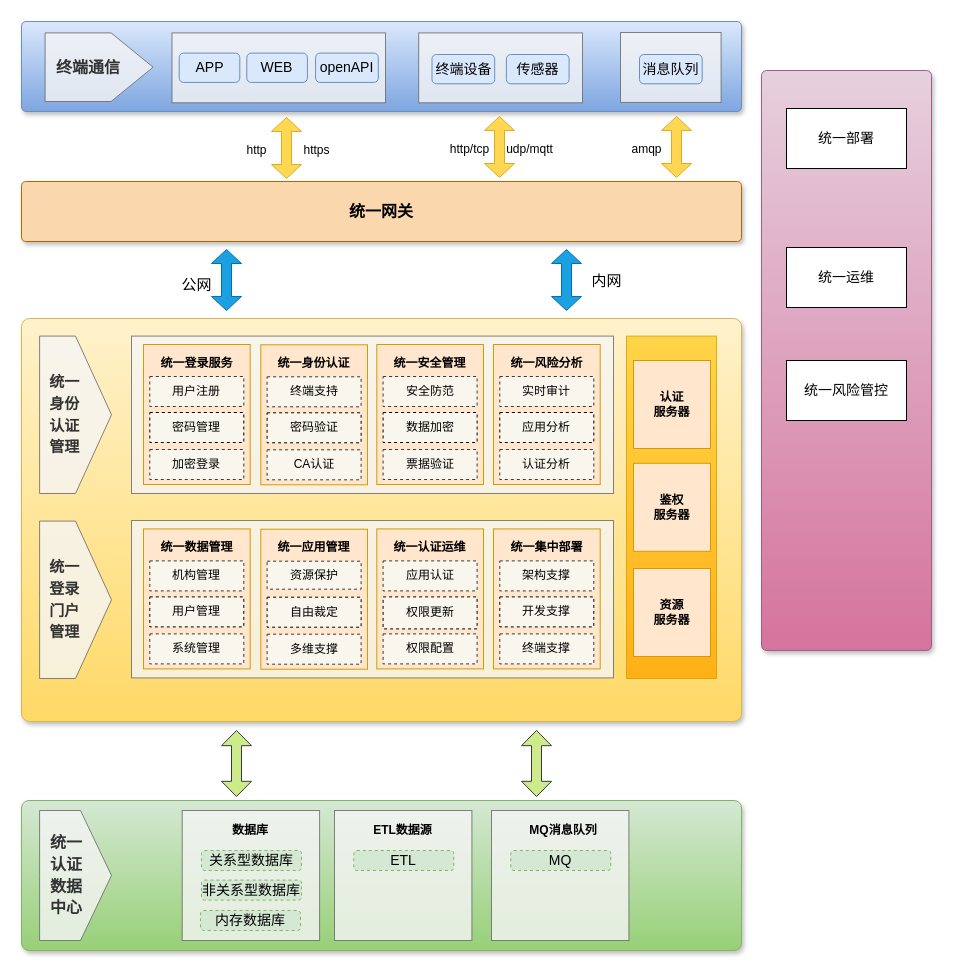
Earlier version of the draw.io diagram 东庄信息化项目-统一权限管理.drawio (sun-beijixing/drawio). Source tidied: cells renumbered, new cells numbered last; positions are measured from the earlier drawing's top-left corner, leaving out a move shared by most shapes. Both pictures are drawn from the tidied source at 100%, with x=0, y=0 at pixel (21, 21).
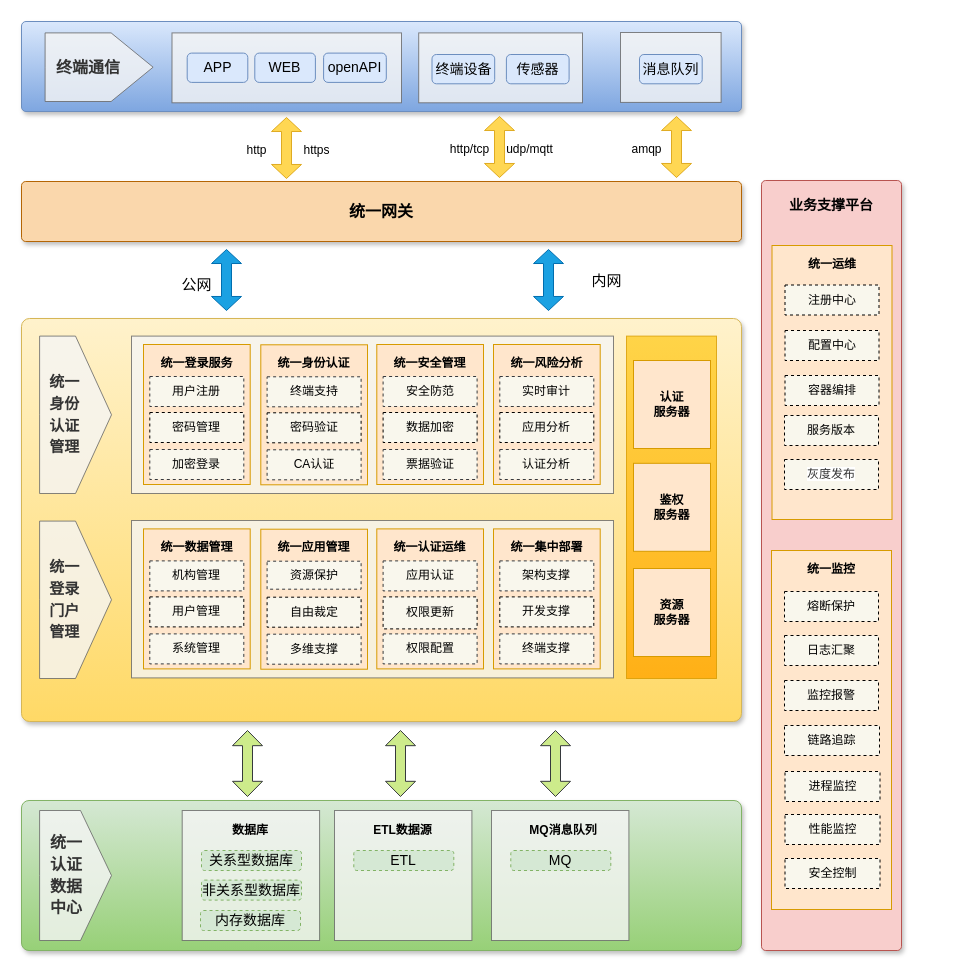
After the change.

Commit message (it also covers changes not shown here):
更新东庄信息化项目-统一权限管理.drawio

Unchanged cells that the change refers to:
```xml
<mxCell id="2" style="text;html=1;strokeColor=#6c8ebf;fillColor=#dae8fc;align=center;verticalAlign=middle;whiteSpace=wrap;fontSize=54;fontStyle=1;shadow=1;rounded=1;glass=0;sketch=0;arcSize=5;gradientColor=#7ea6e0;" parent="1" vertex="1">
  <mxGeometry width="720" height="90" as="geometry" />
</mxCell>
```

Diff of the diagram source:
```diff
@@
-    <mxCell id="4" style="group;" parent="2" vertex="1">
-      <mxGeometry x="150.5" y="11.4" width="213.5" height="69.9" as="geometry" />
-    </mxCell>
-    <mxCell id="5" style="rounded=0;whiteSpace=wrap;html=1;shadow=0;glass=0;sketch=0;fontSize=20;fillColor=#f5f5f5;fontColor=#333333;strokeColor=#666666;opacity=80;" parent="4" vertex="1">
-      <mxGeometry width="213.5" height="69.9" as="geometry" />
-    </mxCell>
-    <mxCell id="6" value="&lt;font style=&quot;font-size: 14px;&quot;&gt;APP&lt;/font&gt;" style="rounded=1;whiteSpace=wrap;html=1;shadow=0;glass=0;sketch=0;fillColor=#dae8fc;strokeColor=#6c8ebf;gradientColor=none;" parent="4" vertex="1">
-      <mxGeometry x="7.2" y="20.2" width="60.6" height="29.3" as="geometry" />
-    </mxCell>
-    <mxCell id="7" value="&lt;font style=&quot;font-size: 14px;&quot;&gt;WEB&lt;/font&gt;" style="rounded=1;whiteSpace=wrap;html=1;shadow=0;glass=0;sketch=0;fillColor=#dae8fc;strokeColor=#6c8ebf;gradientColor=none;" parent="4" vertex="1">
-      <mxGeometry x="74.8" y="20.2" width="60.6" height="29.3" as="geometry" />
-    </mxCell>
-    <mxCell id="8" value="&lt;span style=&quot;font-size: 14px;&quot;&gt;openAPI&lt;/span&gt;" style="rounded=1;whiteSpace=wrap;html=1;shadow=0;glass=0;sketch=0;fillColor=#dae8fc;strokeColor=#6c8ebf;gradientColor=none;" parent="4" vertex="1">
-      <mxGeometry x="143.6" y="20.2" width="62.7" height="29.3" as="geometry" />
-    </mxCell>
@@
+    <mxCell id="5" style="rounded=0;whiteSpace=wrap;html=1;shadow=0;glass=0;sketch=0;fontSize=20;fillColor=#f5f5f5;fontColor=#333333;strokeColor=#666666;opacity=80;" parent="2" vertex="1">
+      <mxGeometry x="150.5" y="11.4" width="229.5" height="69.9" as="geometry" />
+    </mxCell>
+    <mxCell id="6" value="&lt;font style=&quot;font-size: 14px;&quot;&gt;APP&lt;/font&gt;" style="rounded=1;whiteSpace=wrap;html=1;shadow=0;glass=0;sketch=0;fillColor=#dae8fc;strokeColor=#6c8ebf;gradientColor=none;" parent="2" vertex="1">
+      <mxGeometry x="165.7" y="31.6" width="60.6" height="29.3" as="geometry" />
+    </mxCell>
+    <mxCell id="7" value="&lt;font style=&quot;font-size: 14px;&quot;&gt;WEB&lt;/font&gt;" style="rounded=1;whiteSpace=wrap;html=1;shadow=0;glass=0;sketch=0;fillColor=#dae8fc;strokeColor=#6c8ebf;gradientColor=none;" parent="2" vertex="1">
+      <mxGeometry x="233.3" y="31.6" width="60.6" height="29.3" as="geometry" />
+    </mxCell>
+    <mxCell id="8" value="&lt;span style=&quot;font-size: 14px;&quot;&gt;openAPI&lt;/span&gt;" style="rounded=1;whiteSpace=wrap;html=1;shadow=0;glass=0;sketch=0;fillColor=#dae8fc;strokeColor=#6c8ebf;gradientColor=none;" parent="2" vertex="1">
+      <mxGeometry x="302.1" y="31.6" width="62.7" height="29.3" as="geometry" />
+    </mxCell>
@@
     <mxCell id="88" style="shape=doubleArrow;direction=south;whiteSpace=wrap;html=1;fontSize=18;arrowWidth=0.3333333333333333;arrowSize=0.23;fillColor=#cdeb8b;strokeColor=#36393d;" parent="1" vertex="1">
-      <mxGeometry x="200" y="709" width="30" height="66" as="geometry" />
+      <mxGeometry x="211" y="709" width="30" height="66" as="geometry" />
     </mxCell>
     <mxCell id="89" style="shape=doubleArrow;direction=south;whiteSpace=wrap;html=1;fontSize=18;arrowWidth=0.3333333333333333;arrowSize=0.23;fillColor=#cdeb8b;strokeColor=#36393d;" parent="1" vertex="1">
-      <mxGeometry x="500" y="709" width="30" height="66" as="geometry" />
+      <mxGeometry x="519" y="709" width="30" height="66" as="geometry" />
     </mxCell>
-    <mxCell id="90" style="rounded=1;whiteSpace=wrap;html=1;fontSize=14;arcSize=3;fillColor=#e6d0de;strokeColor=#996185;gradientColor=#d5739d;shadow=1;" parent="1" vertex="1">
-      <mxGeometry x="740" y="49" width="170" height="580" as="geometry" />
+    <mxCell id="90" style="rounded=1;whiteSpace=wrap;html=1;fontSize=14;arcSize=3;fillColor=#f8cecc;strokeColor=#b85450;shadow=1;" parent="1" vertex="1">
+      <mxGeometry x="740" y="159" width="140" height="770" as="geometry" />
     </mxCell>
-    <mxCell id="91" value="统一部署" style="rounded=0;whiteSpace=wrap;html=1;fontSize=14;" parent="1" vertex="1">
-      <mxGeometry x="765" y="87" width="120" height="60" as="geometry" />
-    </mxCell>
-    <mxCell id="92" value="统一运维" style="rounded=0;whiteSpace=wrap;html=1;fontSize=14;" parent="1" vertex="1">
-      <mxGeometry x="765" y="226" width="120" height="60" as="geometry" />
-    </mxCell>
-    <mxCell id="93" value="统一风险管控" style="rounded=0;whiteSpace=wrap;html=1;fontSize=14;" parent="1" vertex="1">
-      <mxGeometry x="765" y="339" width="120" height="60" as="geometry" />
+    <mxCell id="93" style="rounded=0;whiteSpace=wrap;html=1;fontSize=14;fillColor=#ffe6cc;strokeColor=#d79b00;" parent="1" vertex="1">
+      <mxGeometry x="750" y="529" width="120" height="359" as="geometry" />
     </mxCell>
@@
     <mxCell id="95" style="shape=doubleArrow;direction=south;whiteSpace=wrap;html=1;fontSize=18;arrowWidth=0.3333333333333333;arrowSize=0.23;fillColor=#1ba1e2;fontColor=#ffffff;strokeColor=#006EAF;" parent="1" vertex="1">
-      <mxGeometry x="530" y="228" width="30" height="61" as="geometry" />
+      <mxGeometry x="512" y="228" width="30" height="61" as="geometry" />
     </mxCell>
@@
+    <mxCell id="107" value="&lt;b&gt;统一监控&lt;/b&gt;" style="text;html=1;strokeColor=none;fillColor=none;align=center;verticalAlign=middle;whiteSpace=wrap;rounded=0;shadow=1;dashed=1;fontSize=12;opacity=80;" parent="1" vertex="1">
+      <mxGeometry x="780" y="533" width="60" height="30" as="geometry" />
+    </mxCell>
+    <mxCell id="108" value="日志汇聚" style="rounded=0;whiteSpace=wrap;html=1;shadow=0;fontSize=12;fillColor=#f9f7ed;strokeColor=default;dashed=1;" parent="1" vertex="1">
+      <mxGeometry x="763" y="614" width="94" height="30" as="geometry" />
+    </mxCell>
+    <mxCell id="109" value="监控报警" style="rounded=0;whiteSpace=wrap;html=1;shadow=0;fontSize=12;fillColor=#f9f7ed;strokeColor=default;dashed=1;" parent="1" vertex="1">
+      <mxGeometry x="763" y="659" width="94" height="30" as="geometry" />
+    </mxCell>
+    <mxCell id="110" value="链路追踪" style="rounded=0;whiteSpace=wrap;html=1;shadow=0;fontSize=12;fillColor=#f9f7ed;strokeColor=default;dashed=1;" parent="1" vertex="1">
+      <mxGeometry x="763" y="704" width="95" height="30" as="geometry" />
+    </mxCell>
+    <mxCell id="111" style="rounded=0;whiteSpace=wrap;html=1;fontSize=14;fillColor=#ffe6cc;strokeColor=#d79b00;" parent="1" vertex="1">
+      <mxGeometry x="750.5" y="224" width="120" height="274" as="geometry" />
+    </mxCell>
+    <mxCell id="92" value="&lt;b&gt;统一运维&lt;/b&gt;" style="text;html=1;strokeColor=none;fillColor=none;align=center;verticalAlign=middle;whiteSpace=wrap;rounded=0;shadow=1;dashed=1;fontSize=12;opacity=80;" parent="1" vertex="1">
+      <mxGeometry x="780.5" y="228" width="60" height="30" as="geometry" />
+    </mxCell>
+    <mxCell id="112" value="注册中心" style="rounded=0;whiteSpace=wrap;html=1;shadow=0;fontSize=12;fillColor=#f9f7ed;strokeColor=default;dashed=1;" parent="1" vertex="1">
+      <mxGeometry x="763.5" y="263.5" width="94" height="30" as="geometry" />
+    </mxCell>
+    <mxCell id="113" value="配置中心" style="rounded=0;whiteSpace=wrap;html=1;shadow=0;fontSize=12;fillColor=#f9f7ed;strokeColor=default;dashed=1;" parent="1" vertex="1">
+      <mxGeometry x="763.5" y="309" width="94" height="30" as="geometry" />
+    </mxCell>
+    <mxCell id="114" value="容器编排" style="rounded=0;whiteSpace=wrap;html=1;shadow=0;fontSize=12;fillColor=#f9f7ed;strokeColor=default;dashed=1;" parent="1" vertex="1">
+      <mxGeometry x="763.5" y="354" width="94" height="30" as="geometry" />
+    </mxCell>
+    <mxCell id="115" value="服务版本" style="rounded=0;whiteSpace=wrap;html=1;shadow=0;fontSize=12;fillColor=#f9f7ed;strokeColor=default;dashed=1;" parent="1" vertex="1">
+      <mxGeometry x="763" y="394" width="94" height="30" as="geometry" />
+    </mxCell>
+    <mxCell id="116" value="进程监控" style="rounded=0;whiteSpace=wrap;html=1;shadow=0;fontSize=12;fillColor=#f9f7ed;strokeColor=default;dashed=1;" parent="1" vertex="1">
+      <mxGeometry x="763.5" y="750" width="95" height="30" as="geometry" />
+    </mxCell>
+    <mxCell id="117" value="性能监控" style="rounded=0;whiteSpace=wrap;html=1;shadow=0;fontSize=12;fillColor=#f9f7ed;strokeColor=default;dashed=1;" parent="1" vertex="1">
+      <mxGeometry x="763.5" y="793" width="95" height="30" as="geometry" />
+    </mxCell>
+    <mxCell id="118" value="安全控制" style="rounded=0;whiteSpace=wrap;html=1;shadow=0;fontSize=12;fillColor=#f9f7ed;strokeColor=default;dashed=1;" parent="1" vertex="1">
+      <mxGeometry x="763.5" y="837" width="95" height="30" as="geometry" />
+    </mxCell>
+    <mxCell id="119" value="熔断保护" style="rounded=0;whiteSpace=wrap;html=1;shadow=0;fontSize=12;fillColor=#f9f7ed;strokeColor=default;dashed=1;" parent="1" vertex="1">
+      <mxGeometry x="763" y="570" width="94" height="30" as="geometry" />
+    </mxCell>
+    <mxCell id="120" value="&lt;span style=&quot;color: rgb(51, 51, 51); font-family: arial; text-align: start; background-color: rgb(255, 255, 255);&quot;&gt;&lt;font style=&quot;font-size: 12px;&quot;&gt;灰度发布&lt;/font&gt;&lt;/span&gt;" style="rounded=0;whiteSpace=wrap;html=1;shadow=0;fontSize=12;fillColor=#f9f7ed;strokeColor=default;dashed=1;" parent="1" vertex="1">
+      <mxGeometry x="763" y="438" width="94" height="30" as="geometry" />
+    </mxCell>
+    <mxCell id="121" style="shape=doubleArrow;direction=south;whiteSpace=wrap;html=1;fontSize=18;arrowWidth=0.3333333333333333;arrowSize=0.23;fillColor=#cdeb8b;strokeColor=#36393d;" parent="1" vertex="1">
+      <mxGeometry x="364" y="709" width="30" height="66" as="geometry" />
+    </mxCell>
+    <mxCell id="122" value="&lt;b&gt;&lt;font style=&quot;font-size: 14px;&quot;&gt;业务支撑平台&lt;/font&gt;&lt;/b&gt;" style="text;html=1;strokeColor=none;fillColor=none;align=center;verticalAlign=middle;whiteSpace=wrap;rounded=0;shadow=1;dashed=1;fontSize=12;opacity=80;" parent="1" vertex="1">
+      <mxGeometry x="760" y="169" width="100" height="30" as="geometry" />
+    </mxCell>
```
